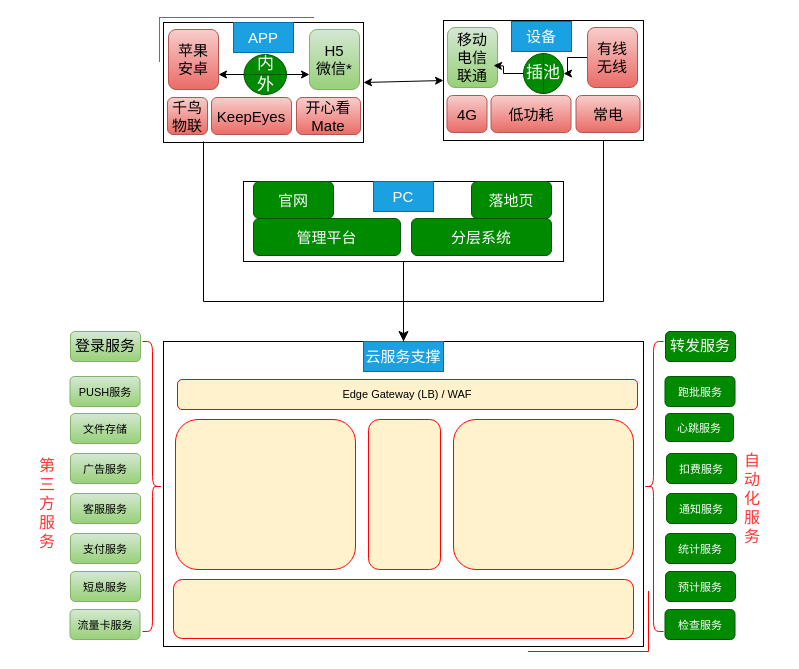
Before: cloudbirds/整体全景模型.drawio in luoyongshun/framework, a draw.io diagram. Source tidied: cells renumbered, new cells numbered last; positions are measured from the earlier drawing's top-left corner, leaving out a move shared by most shapes. Both pictures are drawn from the tidied source at 100%, with x=0, y=0 at pixel (17, 17).
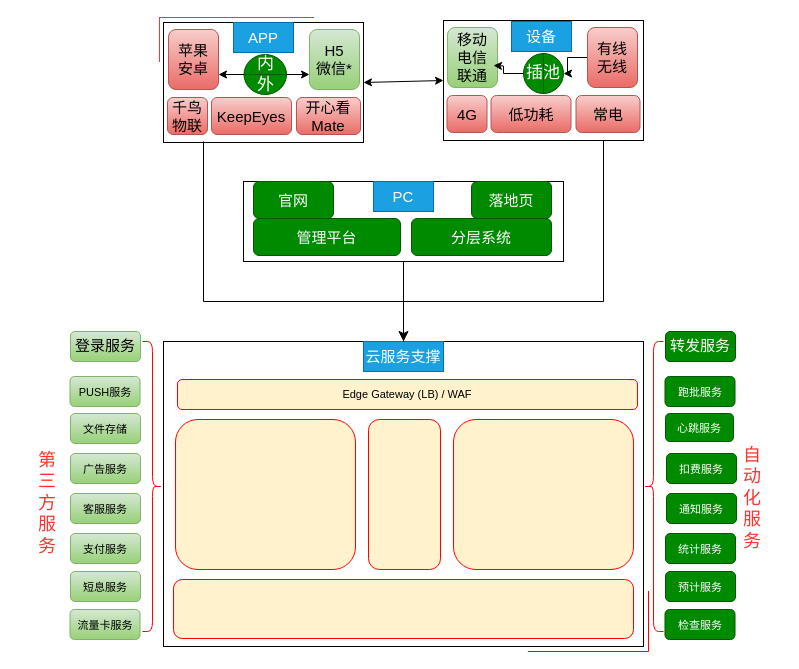
After the change.

Commit message:
更新整体全景模型.drawio

Change to the diagram source:
```diff
@@
-    <mxCell id="48" value="&lt;font color=&quot;#ff3333&quot; style=&quot;font-size: 16px;&quot;&gt;第&lt;br&gt;三&lt;br&gt;方&lt;br&gt;服&lt;br&gt;务&lt;/font&gt;" style="text;html=1;strokeColor=none;fillColor=none;align=center;verticalAlign=middle;whiteSpace=wrap;rounded=0;fontSize=11;" parent="1" vertex="1">
+    <mxCell id="48" value="&lt;font color=&quot;#ff3333&quot; style=&quot;font-size: 18px;&quot;&gt;第&lt;br&gt;三&lt;br&gt;方&lt;br&gt;服&lt;br&gt;务&lt;/font&gt;" style="text;html=1;strokeColor=none;fillColor=none;align=center;verticalAlign=middle;whiteSpace=wrap;rounded=0;fontSize=11;" parent="1" vertex="1">
       <mxGeometry y="471" width="60" height="30" as="geometry" />
     </mxCell>
@@
-    <mxCell id="57" value="&lt;font color=&quot;#ff3333&quot;&gt;&lt;span style=&quot;font-size: 16px;&quot;&gt;自&lt;br&gt;动&lt;br&gt;化&lt;br&gt;服&lt;br&gt;务&lt;br&gt;&lt;/span&gt;&lt;/font&gt;" style="text;html=1;strokeColor=none;fillColor=none;align=center;verticalAlign=middle;whiteSpace=wrap;rounded=0;fontSize=11;" parent="1" vertex="1">
+    <mxCell id="57" value="&lt;font style=&quot;font-size: 18px;&quot; color=&quot;#ff3333&quot;&gt;&lt;span style=&quot;&quot;&gt;自&lt;br&gt;动&lt;br&gt;化&lt;br&gt;服&lt;br&gt;务&lt;br&gt;&lt;/span&gt;&lt;/font&gt;" style="text;html=1;strokeColor=none;fillColor=none;align=center;verticalAlign=middle;whiteSpace=wrap;rounded=0;fontSize=11;" parent="1" vertex="1">
       <mxGeometry x="705" y="466" width="60" height="30" as="geometry" />
     </mxCell>
```
